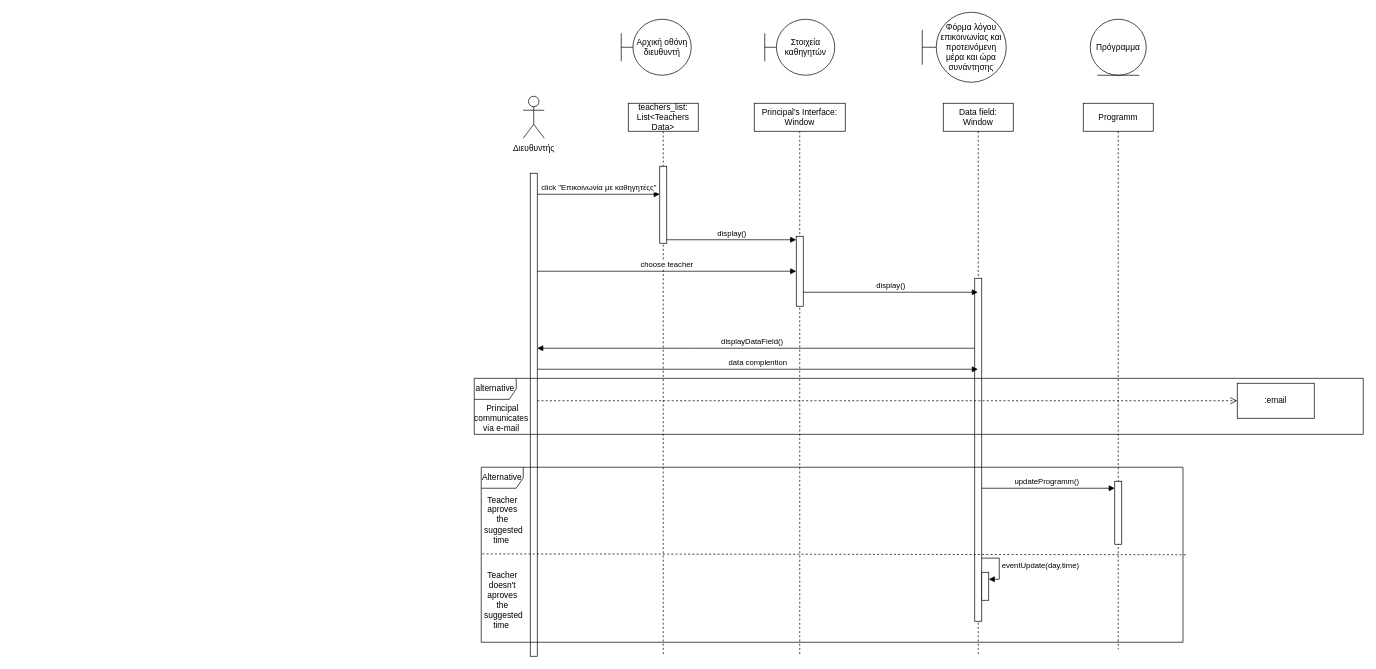
Earlier version of the draw.io diagram Παραδοτέο4/sequence_Principal2.drawio (m1kemp/School-Hero). Source tidied: cells renumbered, new cells numbered last; positions are measured from the earlier drawing's top-left corner, leaving out a move shared by most shapes. Both pictures are drawn from the tidied source at 70%, with x=0, y=0 at pixel (467, 12).
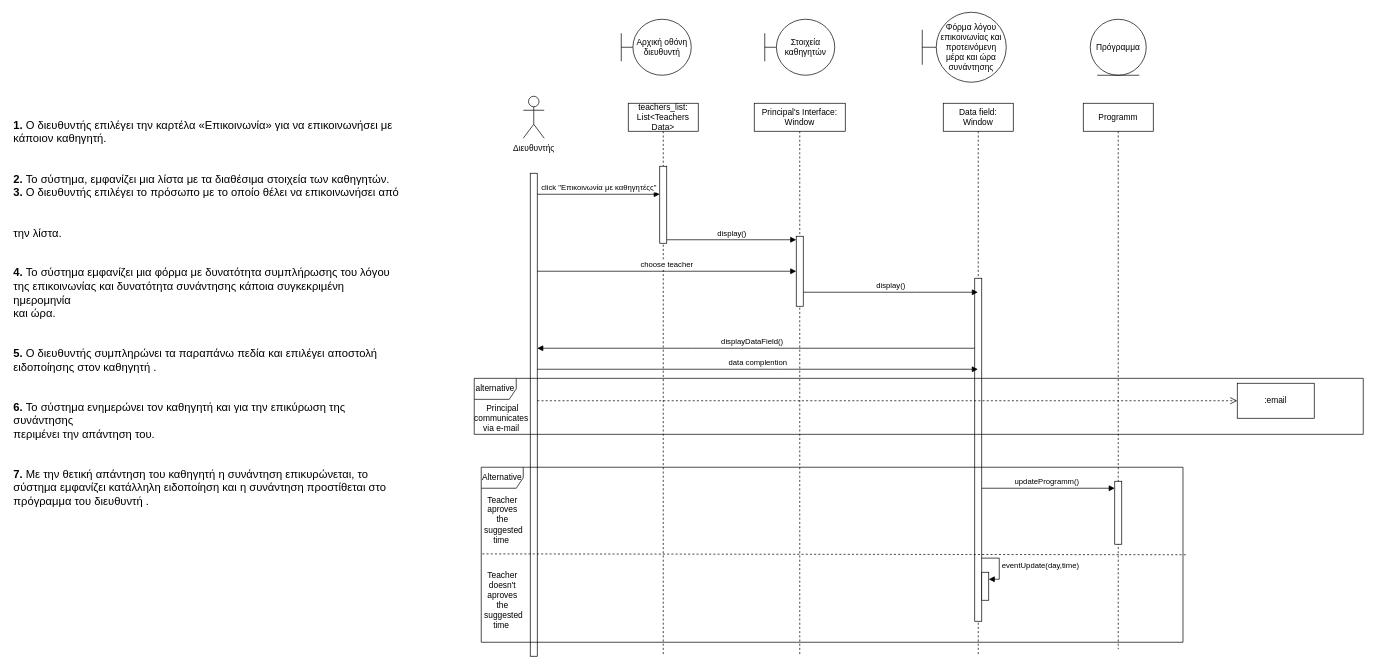
The same page after the edit.

Commit message (it also covers changes not shown here):
mike sequence principal

What changed in the source:
```diff
@@
+    <mxCell id="33" value="&lt;div title=&quot;Page 13&quot; class=&quot;page&quot;&gt;&#10;   &lt;div class=&quot;layoutArea&quot;&gt;&#10;    &lt;div class=&quot;column&quot;&gt;&#10;     &lt;p&gt;&lt;span style=&quot;font-size: 12.000000pt; font-family: 'Calibri'; font-weight: 700&quot;&gt;1. &lt;/span&gt;&lt;span style=&quot;font-size: 12.000000pt; font-family: 'Calibri'&quot;&gt;Ο διευθυντής επιλέγει την καρτέλα «Επικοινωνία» για να επικοινωνήσει με&#10;κάποιον καθηγητή.&#10;&lt;/span&gt;&lt;/p&gt;&#10;     &lt;p&gt;&lt;span style=&quot;font-size: 12.000000pt; font-family: 'Calibri'; font-weight: 700&quot;&gt;2. &lt;/span&gt;&lt;span style=&quot;font-size: 12.000000pt; font-family: 'Calibri'&quot;&gt;Το σύστημα, εμφανίζει μια λίστα με τα διαθέσιμα στοιχεία των καθηγητών.&#10;&lt;/span&gt;&lt;span style=&quot;font-size: 12.000000pt; font-family: 'Calibri'; font-weight: 700&quot;&gt;3. &lt;/span&gt;&lt;span style=&quot;font-size: 12.000000pt; font-family: 'Calibri'&quot;&gt;Ο διευθυντής επιλέγει το πρόσωπο με το οποίο θέλει να επικοινωνήσει από&#10;&lt;/span&gt;&lt;/p&gt;&#10;     &lt;p&gt;&lt;span style=&quot;font-size: 12.000000pt; font-family: 'Calibri'&quot;&gt;την λίστα.&#10;&lt;/span&gt;&lt;/p&gt;&#10;     &lt;p&gt;&lt;span style=&quot;font-size: 12.000000pt; font-family: 'Calibri'; font-weight: 700&quot;&gt;4. &lt;/span&gt;&lt;span style=&quot;font-size: 12.000000pt; font-family: 'Calibri'&quot;&gt;Το σύστημα εμφανίζει μια φόρμα με δυνατότητα συμπλήρωσης του λόγου&#10;της επικοινωνίας και δυνατότητα συνάντησης κάποια συγκεκριμένη ημερομηνία&#10;και ώρα.&#10;&lt;/span&gt;&lt;/p&gt;&#10;     &lt;p&gt;&lt;span style=&quot;font-size: 12.000000pt; font-family: 'Calibri'; font-weight: 700&quot;&gt;5. &lt;/span&gt;&lt;span style=&quot;font-size: 12.000000pt; font-family: 'Calibri'&quot;&gt;Ο διευθυντής συμπληρώνει τα παραπάνω πεδία και επιλέγει αποστολή&#10;ειδοποίησης στον καθηγητή .&#10;&lt;/span&gt;&lt;/p&gt;&#10;     &lt;p&gt;&lt;span style=&quot;font-size: 12.000000pt; font-family: 'Calibri'; font-weight: 700&quot;&gt;6. &lt;/span&gt;&lt;span style=&quot;font-size: 12.000000pt; font-family: 'Calibri'&quot;&gt;Το σύστημα ενημερώνει τον καθηγητή και για την επικύρωση της συνάντησης&#10;περιμένει την απάντηση του.&#10;&lt;/span&gt;&lt;/p&gt;&#10;     &lt;p&gt;&lt;span style=&quot;font-size: 12.000000pt; font-family: 'Calibri'; font-weight: 700&quot;&gt;7. &lt;/span&gt;&lt;span style=&quot;font-size: 12.000000pt; font-family: 'Calibri'&quot;&gt;Με την θετική απάντηση του καθηγητή η συνάντηση επικυρώνεται, το&#10;σύστημα εμφανίζει κατάλληλη ειδοποίηση και η συνάντηση προστίθεται στο&#10;πρόγραμμα του διευθυντή .&#10;&lt;/span&gt;&lt;/p&gt;&#10;    &lt;/div&gt;&#10;   &lt;/div&gt;&#10;  &lt;/div&gt;" style="text;whiteSpace=wrap;html=1;" parent="1" vertex="1">
+      <mxGeometry x="-650" y="90" width="560" height="790" as="geometry" />
+    </mxCell>
```
